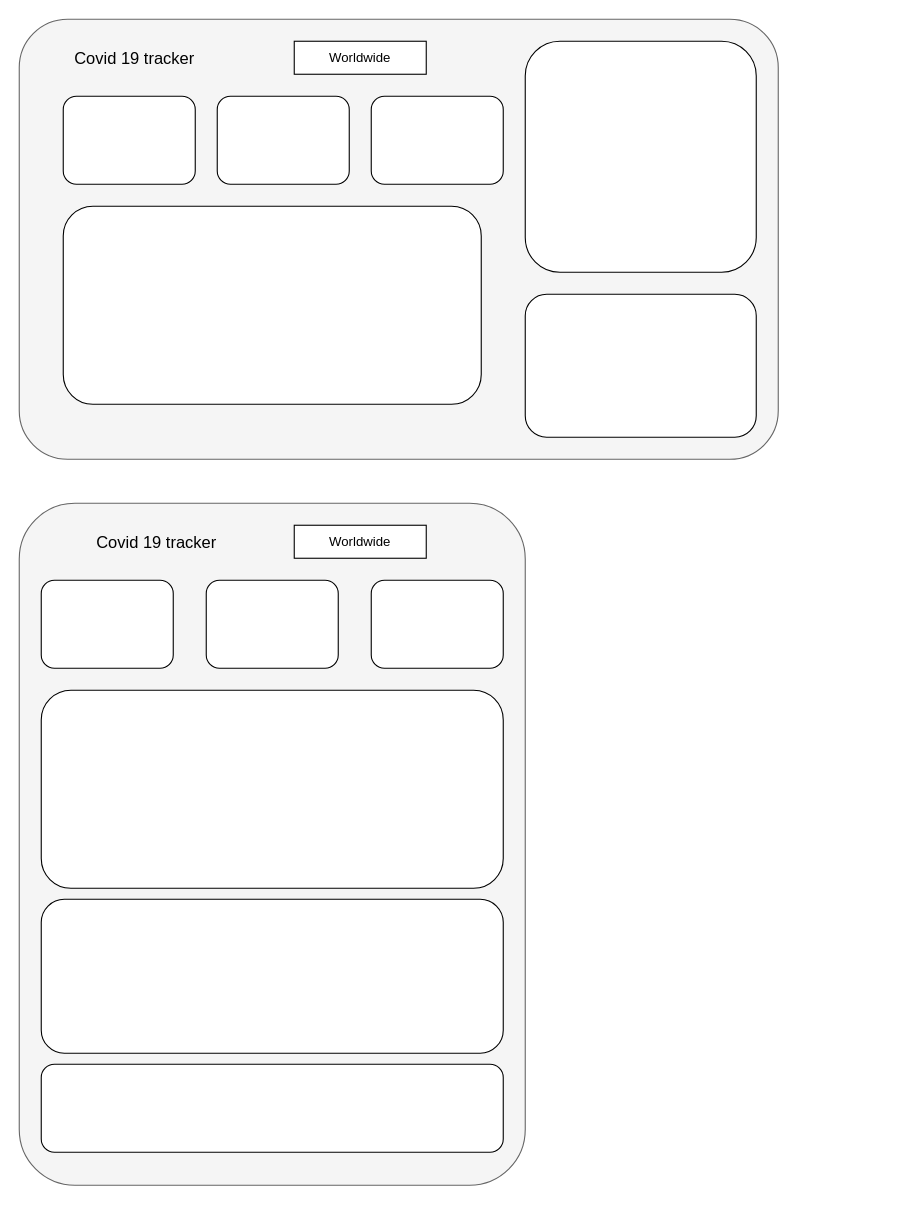
Before: Covid tracker.drawio in JethroNatividad/diagrams, a draw.io diagram. Source tidied: cells renumbered, new cells numbered last; positions are measured from the earlier drawing's top-left corner, leaving out a move shared by most shapes. Both pictures are drawn from the tidied source at 110%, with x=0, y=0 at pixel (19, 19).
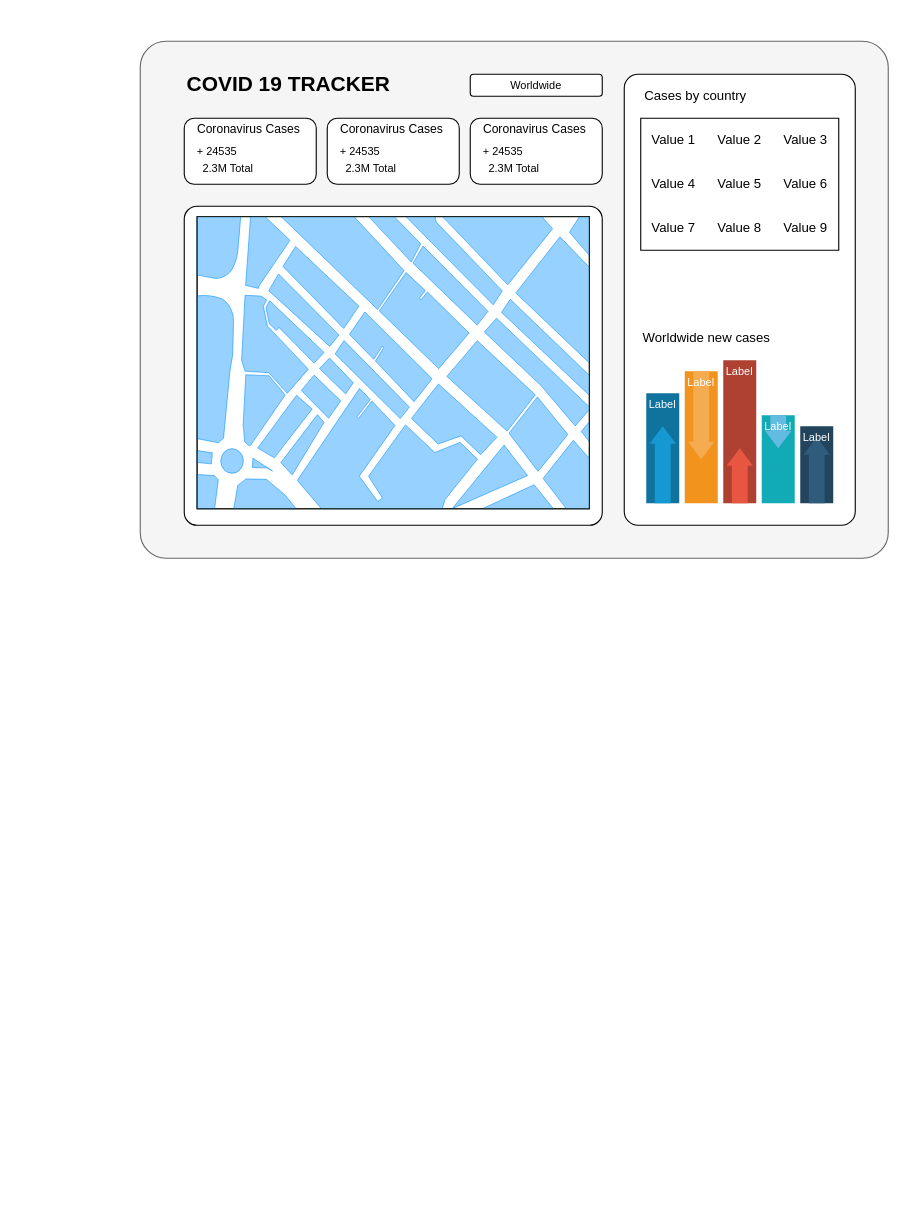
The same diagram, later.

Commit message:
Finish layout

What changed in the source:
```diff
@@
-    <mxCell id="2" style="rounded=1;whiteSpace=wrap;html=1;arcSize=11;fillColor=#f5f5f5;strokeColor=#666666;fontColor=#333333;" parent="1" vertex="1">
-      <mxGeometry width="690" height="400" as="geometry" />
-    </mxCell>
-    <mxCell id="3" value="&lt;font style=&quot;font-size: 15px&quot;&gt;Covid 19 tracker&lt;/font&gt;" style="text;html=1;strokeColor=none;fillColor=none;align=center;verticalAlign=middle;whiteSpace=wrap;rounded=0;" parent="1" vertex="1">
-      <mxGeometry x="30" y="30" width="150" height="10" as="geometry" />
-    </mxCell>
-    <mxCell id="4" style="rounded=0;whiteSpace=wrap;html=1;" parent="1" vertex="1">
-      <mxGeometry x="250" y="20" width="120" height="30" as="geometry" />
-    </mxCell>
-    <mxCell id="5" value="Worldwide" style="text;html=1;strokeColor=none;fillColor=none;align=center;verticalAlign=middle;whiteSpace=wrap;rounded=0;" parent="1" vertex="1">
-      <mxGeometry x="290" y="25" width="40" height="20" as="geometry" />
-    </mxCell>
-    <mxCell id="6" style="rounded=1;whiteSpace=wrap;html=1;" parent="1" vertex="1">
-      <mxGeometry x="40" y="70" width="120" height="80" as="geometry" />
-    </mxCell>
-    <mxCell id="7" style="rounded=1;whiteSpace=wrap;html=1;" parent="1" vertex="1">
-      <mxGeometry x="180" y="70" width="120" height="80" as="geometry" />
-    </mxCell>
-    <mxCell id="8" style="rounded=1;whiteSpace=wrap;html=1;" parent="1" vertex="1">
-      <mxGeometry x="320" y="70" width="120" height="80" as="geometry" />
-    </mxCell>
-    <mxCell id="9" style="rounded=1;whiteSpace=wrap;html=1;" parent="1" vertex="1">
-      <mxGeometry x="460" y="20" width="210" height="210" as="geometry" />
-    </mxCell>
-    <mxCell id="10" style="rounded=1;whiteSpace=wrap;html=1;" parent="1" vertex="1">
-      <mxGeometry x="460" y="250" width="210" height="130" as="geometry" />
-    </mxCell>
-    <mxCell id="11" style="rounded=1;whiteSpace=wrap;html=1;" parent="1" vertex="1">
-      <mxGeometry x="40" y="170" width="380" height="180" as="geometry" />
-    </mxCell>
-    <mxCell id="12" style="rounded=1;whiteSpace=wrap;html=1;arcSize=11;fillColor=#f5f5f5;strokeColor=#666666;fontColor=#333333;" parent="1" vertex="1">
-      <mxGeometry y="440" width="460" height="620" as="geometry" />
-    </mxCell>
-    <mxCell id="13" value="&lt;font style=&quot;font-size: 15px&quot;&gt;Covid 19 tracker&lt;/font&gt;" style="text;html=1;strokeColor=none;fillColor=none;align=center;verticalAlign=middle;whiteSpace=wrap;rounded=0;" parent="1" vertex="1">
-      <mxGeometry x="50" y="470" width="150" height="10" as="geometry" />
-    </mxCell>
-    <mxCell id="14" style="rounded=0;whiteSpace=wrap;html=1;" parent="1" vertex="1">
-      <mxGeometry x="250" y="460" width="120" height="30" as="geometry" />
-    </mxCell>
-    <mxCell id="15" value="Worldwide" style="text;html=1;strokeColor=none;fillColor=none;align=center;verticalAlign=middle;whiteSpace=wrap;rounded=0;" parent="1" vertex="1">
-      <mxGeometry x="290" y="465" width="40" height="20" as="geometry" />
-    </mxCell>
-    <mxCell id="16" style="rounded=1;whiteSpace=wrap;html=1;" parent="1" vertex="1">
-      <mxGeometry x="20" y="510" width="120" height="80" as="geometry" />
-    </mxCell>
-    <mxCell id="17" style="rounded=1;whiteSpace=wrap;html=1;" parent="1" vertex="1">
-      <mxGeometry x="170" y="510" width="120" height="80" as="geometry" />
-    </mxCell>
-    <mxCell id="18" style="rounded=1;whiteSpace=wrap;html=1;" parent="1" vertex="1">
-      <mxGeometry x="320" y="510" width="120" height="80" as="geometry" />
-    </mxCell>
-    <mxCell id="19" style="rounded=1;whiteSpace=wrap;html=1;" parent="1" vertex="1">
-      <mxGeometry x="20" y="800" width="420" height="140" as="geometry" />
-    </mxCell>
-    <mxCell id="20" style="rounded=1;whiteSpace=wrap;html=1;" parent="1" vertex="1">
-      <mxGeometry x="20" y="950" width="420" height="80" as="geometry" />
-    </mxCell>
-    <mxCell id="21" style="rounded=1;whiteSpace=wrap;html=1;" parent="1" vertex="1">
-      <mxGeometry x="20" y="610" width="420" height="180" as="geometry" />
-    </mxCell>
+    <mxCell id="22" style="rounded=1;whiteSpace=wrap;html=1;fillColor=#f5f5f5;strokeColor=#666666;fontColor=#333333;arcSize=5;" parent="1" vertex="1">
+      <mxGeometry x="110" y="20" width="680" height="470" as="geometry" />
+    </mxCell>
+    <mxCell id="23" value="&lt;font size=&quot;1&quot;&gt;&lt;b style=&quot;font-size: 19px&quot;&gt;COVID 19 TRACKER&lt;/b&gt;&lt;/font&gt;" style="text;html=1;strokeColor=none;fillColor=none;align=center;verticalAlign=middle;whiteSpace=wrap;rounded=0;" parent="1" vertex="1">
+      <mxGeometry x="140" y="50" width="210" height="20" as="geometry" />
+    </mxCell>
+    <mxCell id="24" value="&lt;div&gt;&lt;span style=&quot;font-size: 10px&quot;&gt;Worldwide&lt;/span&gt;&lt;/div&gt;" style="rounded=1;whiteSpace=wrap;html=1;align=center;" parent="1" vertex="1">
+      <mxGeometry x="410" y="50" width="120" height="20" as="geometry" />
+    </mxCell>
+    <mxCell id="25" style="rounded=1;whiteSpace=wrap;html=1;" parent="1" vertex="1">
+      <mxGeometry x="150" y="90" width="120" height="60" as="geometry" />
+    </mxCell>
+    <mxCell id="26" value="&lt;font style=&quot;font-size: 11px&quot;&gt;Coronavirus Cases&lt;/font&gt;" style="text;html=1;strokeColor=none;fillColor=none;align=left;verticalAlign=middle;whiteSpace=wrap;rounded=0;" parent="1" vertex="1">
+      <mxGeometry x="160" y="90" width="100" height="20" as="geometry" />
+    </mxCell>
+    <mxCell id="27" value="&lt;font style=&quot;font-size: 10px&quot;&gt;+ 24535&lt;/font&gt;" style="text;html=1;strokeColor=none;fillColor=none;align=center;verticalAlign=middle;whiteSpace=wrap;rounded=0;" parent="1" vertex="1">
+      <mxGeometry x="150" y="115" width="60" height="10" as="geometry" />
+    </mxCell>
+    <mxCell id="28" value="&lt;font style=&quot;font-size: 10px&quot;&gt;2.3M Total&lt;/font&gt;" style="text;html=1;strokeColor=none;fillColor=none;align=center;verticalAlign=middle;whiteSpace=wrap;rounded=0;" parent="1" vertex="1">
+      <mxGeometry x="160" y="130" width="60" height="10" as="geometry" />
+    </mxCell>
+    <mxCell id="29" style="rounded=1;whiteSpace=wrap;html=1;" parent="1" vertex="1">
+      <mxGeometry x="280" y="90" width="120" height="60" as="geometry" />
+    </mxCell>
+    <mxCell id="30" value="&lt;font style=&quot;font-size: 11px&quot;&gt;Coronavirus Cases&lt;/font&gt;" style="text;html=1;strokeColor=none;fillColor=none;align=left;verticalAlign=middle;whiteSpace=wrap;rounded=0;" parent="1" vertex="1">
+      <mxGeometry x="290" y="90" width="100" height="20" as="geometry" />
+    </mxCell>
+    <mxCell id="31" value="&lt;font style=&quot;font-size: 10px&quot;&gt;+ 24535&lt;/font&gt;" style="text;html=1;strokeColor=none;fillColor=none;align=center;verticalAlign=middle;whiteSpace=wrap;rounded=0;" parent="1" vertex="1">
+      <mxGeometry x="280" y="115" width="60" height="10" as="geometry" />
+    </mxCell>
+    <mxCell id="32" value="&lt;font style=&quot;font-size: 10px&quot;&gt;2.3M Total&lt;/font&gt;" style="text;html=1;strokeColor=none;fillColor=none;align=center;verticalAlign=middle;whiteSpace=wrap;rounded=0;" parent="1" vertex="1">
+      <mxGeometry x="290" y="130" width="60" height="10" as="geometry" />
+    </mxCell>
+    <mxCell id="33" style="rounded=1;whiteSpace=wrap;html=1;" parent="1" vertex="1">
+      <mxGeometry x="410" y="90" width="120" height="60" as="geometry" />
+    </mxCell>
+    <mxCell id="34" value="&lt;font style=&quot;font-size: 11px&quot;&gt;Coronavirus Cases&lt;/font&gt;" style="text;html=1;strokeColor=none;fillColor=none;align=left;verticalAlign=middle;whiteSpace=wrap;rounded=0;" parent="1" vertex="1">
+      <mxGeometry x="420" y="90" width="100" height="20" as="geometry" />
+    </mxCell>
+    <mxCell id="35" value="&lt;font style=&quot;font-size: 10px&quot;&gt;+ 24535&lt;/font&gt;" style="text;html=1;strokeColor=none;fillColor=none;align=center;verticalAlign=middle;whiteSpace=wrap;rounded=0;" parent="1" vertex="1">
+      <mxGeometry x="410" y="115" width="60" height="10" as="geometry" />
+    </mxCell>
+    <mxCell id="36" value="&lt;font style=&quot;font-size: 10px&quot;&gt;2.3M Total&lt;/font&gt;" style="text;html=1;strokeColor=none;fillColor=none;align=center;verticalAlign=middle;whiteSpace=wrap;rounded=0;" parent="1" vertex="1">
+      <mxGeometry x="420" y="130" width="60" height="10" as="geometry" />
+    </mxCell>
+    <mxCell id="37" style="rounded=1;whiteSpace=wrap;html=1;arcSize=4;" parent="1" vertex="1">
+      <mxGeometry x="150" y="170" width="380" height="290" as="geometry" />
+    </mxCell>
+    <mxCell id="38" style="verticalLabelPosition=bottom;verticalAlign=top;html=1;shadow=0;dashed=0;strokeWidth=1;shape=mxgraph.ios.iBgMap;strokeColor=#18211b;strokeColor2=#008cff;fillColor2=#96D1FF;rotation=-90;" parent="1" vertex="1">
+      <mxGeometry x="207.2" y="133.9" width="265.6" height="356.6" as="geometry" />
+    </mxCell>
+    <mxCell id="39" style="rounded=1;whiteSpace=wrap;html=1;arcSize=6;" parent="1" vertex="1">
+      <mxGeometry x="550" y="50" width="210" height="410" as="geometry" />
+    </mxCell>
+    <mxCell id="40" value="Cases by country" style="text;html=1;strokeColor=none;fillColor=none;align=center;verticalAlign=middle;whiteSpace=wrap;rounded=0;" parent="1" vertex="1">
+      <mxGeometry x="560" y="60" width="110" height="20" as="geometry" />
+    </mxCell>
+    <mxCell id="41" value="Worldwide new cases" style="text;html=1;strokeColor=none;fillColor=none;align=center;verticalAlign=middle;whiteSpace=wrap;rounded=0;" parent="1" vertex="1">
+      <mxGeometry x="560" y="280" width="130" height="20" as="geometry" />
+    </mxCell>
+    <mxCell id="42" style="fillColor=#10739E;strokeColor=none;" parent="1" vertex="1">
+      <mxGeometry x="570" y="340" width="30" height="100" as="geometry" />
+    </mxCell>
+    <mxCell id="43" style="shape=mxgraph.arrows2.arrow;dy=0.4;dx=16;notch=0;direction=north;fillColor=#1699D3;strokeColor=none;" parent="42" vertex="1">
+      <mxGeometry x="3" y="30" width="24" height="70" as="geometry" />
+    </mxCell>
+    <mxCell id="44" value="Label" style="text;html=1;align=center;verticalAlign=middle;whiteSpace=wrap;fontColor=#FFFFFF;fontSize=10;" parent="42" vertex="1">
+      <mxGeometry width="30" height="20" as="geometry" />
+    </mxCell>
+    <mxCell id="45" style="fillColor=#F2931E;strokeColor=none;" parent="1" vertex="1">
+      <mxGeometry x="605" y="320" width="30" height="120" as="geometry" />
+    </mxCell>
+    <mxCell id="46" style="shape=mxgraph.arrows2.arrow;dy=0.4;dx=16;notch=0;direction=south;fillColor=#F5AB50;strokeColor=none;" parent="45" vertex="1">
+      <mxGeometry x="3" width="24" height="80" as="geometry" />
+    </mxCell>
+    <mxCell id="47" value="Label" style="text;html=1;align=center;verticalAlign=middle;whiteSpace=wrap;fontColor=#FFFFFF;fontSize=10;" parent="45" vertex="1">
+      <mxGeometry width="30" height="20" as="geometry" />
+    </mxCell>
+    <mxCell id="48" style="fillColor=#AE4132;strokeColor=none;" parent="1" vertex="1">
+      <mxGeometry x="640" y="310" width="30" height="130" as="geometry" />
+    </mxCell>
+    <mxCell id="49" style="shape=mxgraph.arrows2.arrow;dy=0.4;dx=16;notch=0;direction=north;fillColor=#E85642;strokeColor=none;" parent="48" vertex="1">
+      <mxGeometry x="3" y="80" width="24" height="50" as="geometry" />
+    </mxCell>
+    <mxCell id="50" value="Label" style="text;html=1;align=center;verticalAlign=middle;whiteSpace=wrap;fontColor=#FFFFFF;fontSize=10;" parent="48" vertex="1">
+      <mxGeometry width="30" height="20" as="geometry" />
+    </mxCell>
+    <mxCell id="51" style="fillColor=#12AAB5;strokeColor=none;" parent="1" vertex="1">
+      <mxGeometry x="675" y="360" width="30" height="80" as="geometry" />
+    </mxCell>
+    <mxCell id="52" style="shape=mxgraph.arrows2.arrow;dy=0.4;dx=16;notch=0;direction=south;fillColor=#64BBE2;strokeColor=none;" parent="51" vertex="1">
+      <mxGeometry x="3" width="24" height="30" as="geometry" />
+    </mxCell>
+    <mxCell id="53" value="Label" style="text;html=1;align=center;verticalAlign=middle;whiteSpace=wrap;fontColor=#FFFFFF;fontSize=10;" parent="51" vertex="1">
+      <mxGeometry width="30" height="20" as="geometry" />
+    </mxCell>
+    <mxCell id="54" style="fillColor=#23445D;strokeColor=none;" parent="1" vertex="1">
+      <mxGeometry x="710" y="370" width="30" height="70" as="geometry" />
+    </mxCell>
+    <mxCell id="55" style="shape=mxgraph.arrows2.arrow;dy=0.4;dx=16;notch=0;direction=north;fillColor=#2F5B7C;strokeColor=none;" parent="54" vertex="1">
+      <mxGeometry x="3" y="10" width="24" height="60" as="geometry" />
+    </mxCell>
+    <mxCell id="56" value="Label" style="text;html=1;align=center;verticalAlign=middle;whiteSpace=wrap;fontColor=#FFFFFF;fontSize=10;" parent="54" vertex="1">
+      <mxGeometry width="30" height="20" as="geometry" />
+    </mxCell>
+    <mxCell id="57" style="shape=table;html=1;whiteSpace=wrap;startSize=0;childLayout=tableLayout;columnLines=0;rowLines=0;" parent="1" vertex="1">
+      <mxGeometry x="565" y="90" width="180" height="120" as="geometry" />
+    </mxCell>
+    <mxCell id="58" style="shape=partialRectangle;html=1;whiteSpace=wrap;fillColor=none;top=0;left=0;bottom=0;right=0;" parent="57" vertex="1">
+      <mxGeometry width="180" height="40" as="geometry" />
+    </mxCell>
+    <mxCell id="59" value="Value 1" style="shape=partialRectangle;html=1;whiteSpace=wrap;fillColor=none;top=0;left=0;bottom=0;right=0;overflow=hidden;" parent="58" vertex="1">
+      <mxGeometry width="60" height="40" as="geometry" />
+    </mxCell>
+    <mxCell id="60" value="Value 2" style="shape=partialRectangle;html=1;whiteSpace=wrap;fillColor=none;top=0;left=0;bottom=0;right=0;overflow=hidden;" parent="58" vertex="1">
+      <mxGeometry x="60" width="60" height="40" as="geometry" />
+    </mxCell>
+    <mxCell id="61" value="Value 3" style="shape=partialRectangle;html=1;whiteSpace=wrap;fillColor=none;top=0;left=0;bottom=0;right=0;overflow=hidden;" parent="58" vertex="1">
+      <mxGeometry x="120" width="60" height="40" as="geometry" />
+    </mxCell>
+    <mxCell id="62" style="shape=partialRectangle;html=1;whiteSpace=wrap;fillColor=none;top=0;left=0;bottom=0;right=0;" parent="57" vertex="1">
+      <mxGeometry y="40" width="180" height="40" as="geometry" />
+    </mxCell>
+    <mxCell id="63" value="Value 4" style="shape=partialRectangle;html=1;whiteSpace=wrap;fillColor=none;top=0;left=0;bottom=0;right=0;overflow=hidden;" parent="62" vertex="1">
+      <mxGeometry width="60" height="40" as="geometry" />
+    </mxCell>
+    <mxCell id="64" value="Value 5" style="shape=partialRectangle;html=1;whiteSpace=wrap;fillColor=none;top=0;left=0;bottom=0;right=0;overflow=hidden;" parent="62" vertex="1">
+      <mxGeometry x="60" width="60" height="40" as="geometry" />
+    </mxCell>
+    <mxCell id="65" value="Value 6" style="shape=partialRectangle;html=1;whiteSpace=wrap;fillColor=none;top=0;left=0;bottom=0;right=0;overflow=hidden;" parent="62" vertex="1">
+      <mxGeometry x="120" width="60" height="40" as="geometry" />
+    </mxCell>
+    <mxCell id="66" style="shape=partialRectangle;html=1;whiteSpace=wrap;fillColor=none;top=0;left=0;bottom=0;right=0;" parent="57" vertex="1">
+      <mxGeometry y="80" width="180" height="40" as="geometry" />
+    </mxCell>
+    <mxCell id="67" value="Value 7" style="shape=partialRectangle;html=1;whiteSpace=wrap;fillColor=none;top=0;left=0;bottom=0;right=0;overflow=hidden;" parent="66" vertex="1">
+      <mxGeometry width="60" height="40" as="geometry" />
+    </mxCell>
+    <mxCell id="68" value="Value 8" style="shape=partialRectangle;html=1;whiteSpace=wrap;fillColor=none;top=0;left=0;bottom=0;right=0;overflow=hidden;" parent="66" vertex="1">
+      <mxGeometry x="60" width="60" height="40" as="geometry" />
+    </mxCell>
+    <mxCell id="69" value="Value 9" style="shape=partialRectangle;html=1;whiteSpace=wrap;fillColor=none;top=0;left=0;bottom=0;right=0;overflow=hidden;" parent="66" vertex="1">
+      <mxGeometry x="120" width="60" height="40" as="geometry" />
+    </mxCell>
```
